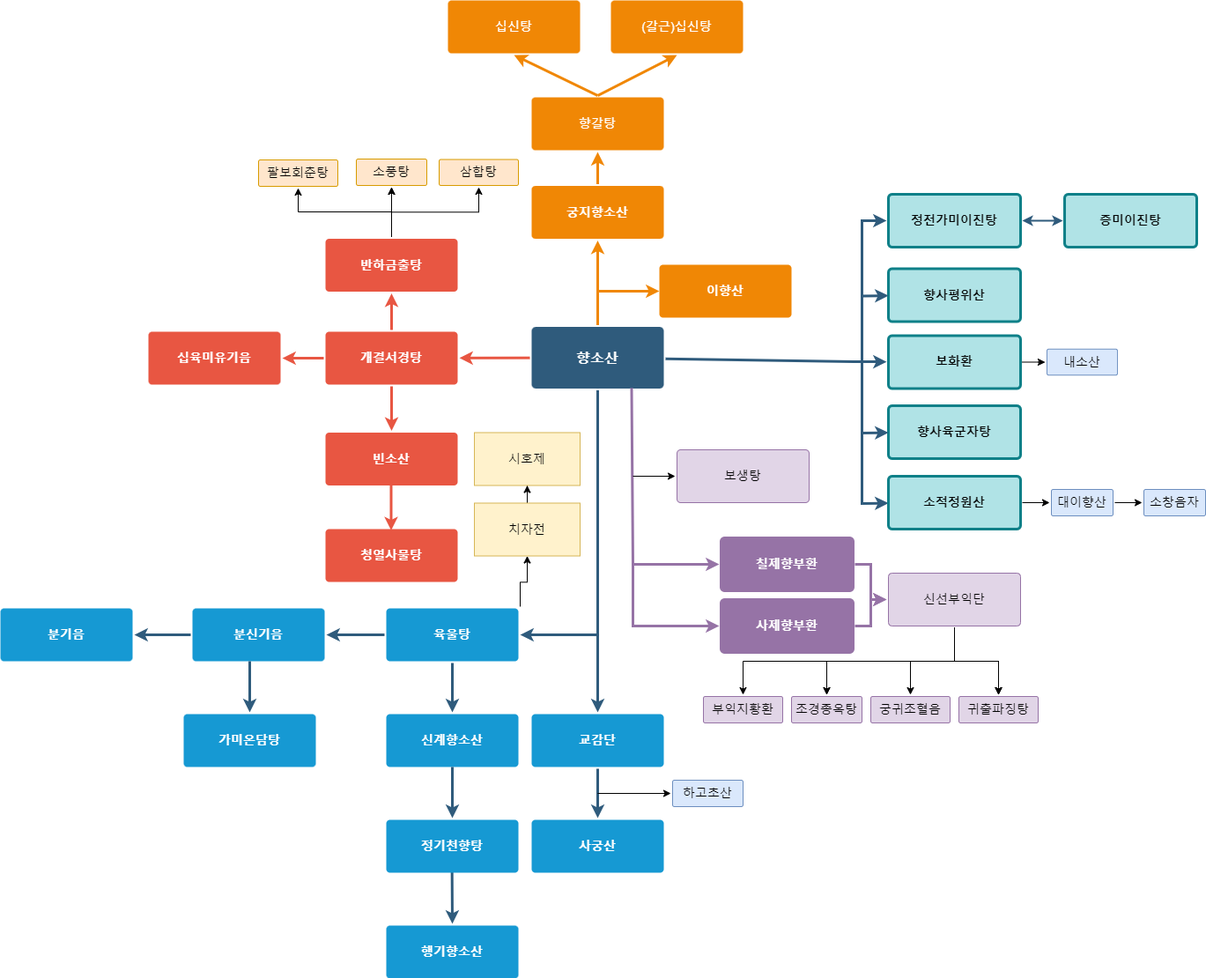
The draw.io diagram 향소산플로우차트.drawio.png in Jinzin71/sparta, before a commit. Source tidied: cells renumbered, new cells last; positions are measured from the earlier drawing's top-left corner, leaving out a move shared by most shapes.
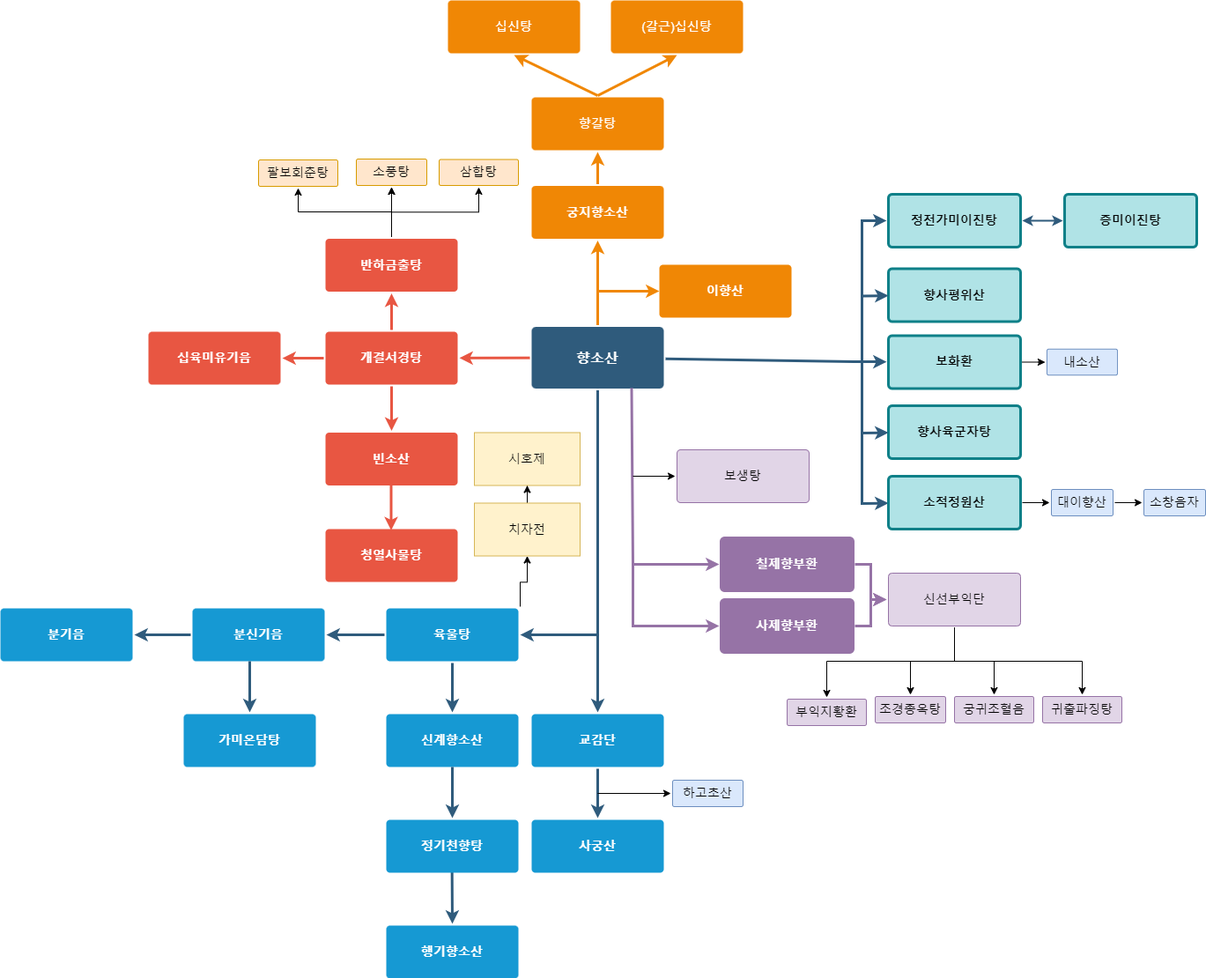
The same file after the commit.

Commit message:
향소산플로우차트.drawio.png 업데이트

What changed in the source:
```diff
@@ -280,30 +280,21 @@
     <mxCell id="70" value="&lt;font style=&quot;font-weight: normal;&quot;&gt;보생탕&lt;/font&gt;" style="rounded=1;whiteSpace=wrap;html=1;shadow=0;labelBackgroundColor=none;strokeColor=#9673A6;strokeWidth=1;fillColor=#e1d5e7;fontFamily=Helvetica;fontSize=14;align=center;spacing=5;fontStyle=1;arcSize=7;perimeterSpacing=2;" parent="1" vertex="1">
       <mxGeometry x="768" y="510" width="150" height="60" as="geometry" />
     </mxCell>
-    <mxCell id="71" style="edgeStyle=orthogonalEdgeStyle;rounded=0;jettySize=auto;html=1;" parent="1" edge="1" source="77" target="78">
-      <mxGeometry relative="1" as="geometry" />
-    </mxCell>
-    <mxCell id="72" style="edgeStyle=orthogonalEdgeStyle;rounded=0;jettySize=auto;html=1;" parent="1" edge="1" source="77" target="78">
-      <mxGeometry relative="1" as="geometry" />
-    </mxCell>
-    <mxCell id="73" style="edgeStyle=orthogonalEdgeStyle;rounded=0;jettySize=auto;html=1;" parent="1" edge="1" source="77" target="79">
-      <mxGeometry relative="1" as="geometry">
-        <Array as="points">
-          <mxPoint x="1083" y="750" />
-          <mxPoint x="938" y="750" />
-        </Array>
-      </mxGeometry>
-    </mxCell>
     <mxCell id="74" style="edgeStyle=orthogonalEdgeStyle;rounded=0;jettySize=auto;html=1;" parent="1" edge="1" source="77" target="79">
       <mxGeometry relative="1" as="geometry">
         <Array as="points">
           <mxPoint x="1083" y="750" />
-          <mxPoint x="938" y="750" />
+          <mxPoint x="1033" y="750" />
         </Array>
       </mxGeometry>
     </mxCell>
-    <mxCell id="75" style="edgeStyle=orthogonalEdgeStyle;rounded=0;jettySize=auto;html=1;" parent="1" edge="1" source="77" target="78">
-      <mxGeometry relative="1" as="geometry" />
+    <mxCell id="75" style="edgeStyle=orthogonalEdgeStyle;rounded=0;jettySize=auto;html=1;exitX=0.5;exitY=1;exitDx=0;exitDy=0;" parent="1" edge="1" source="77" target="78">
+      <mxGeometry relative="1" as="geometry">
+        <Array as="points">
+          <mxPoint x="1083" y="750" />
+          <mxPoint x="1228" y="750" />
+        </Array>
+      </mxGeometry>
     </mxCell>
     <mxCell id="76" style="edgeStyle=orthogonalEdgeStyle;rounded=0;jettySize=auto;html=1;" parent="1" edge="1" source="77" target="82">
       <mxGeometry relative="1" as="geometry" />
@@ -312,24 +303,25 @@
       <mxGeometry x="1008" y="650" width="150" height="60" as="geometry" />
     </mxCell>
     <mxCell id="78" value="귀출파징탕" style="rounded=1;whiteSpace=wrap;html=1;shadow=0;labelBackgroundColor=none;strokeColor=#9673a6;strokeWidth=1;fillColor=#e1d5e7;fontFamily=Helvetica;fontSize=14;align=center;spacing=5;fontStyle=0;arcSize=7;perimeterSpacing=2;" parent="1" vertex="1">
-      <mxGeometry x="1088" y="790" width="90" height="30" as="geometry" />
+      <mxGeometry x="1183" y="790" width="90" height="30" as="geometry" />
     </mxCell>
     <mxCell id="79" value="조경종옥탕" style="rounded=1;whiteSpace=wrap;html=1;shadow=0;labelBackgroundColor=none;strokeColor=#9673a6;strokeWidth=1;fillColor=#e1d5e7;fontFamily=Helvetica;fontSize=14;align=center;spacing=5;fontStyle=0;arcSize=7;perimeterSpacing=2;" parent="1" vertex="1">
-      <mxGeometry x="898" y="790" width="80" height="30" as="geometry" />
+      <mxGeometry x="993" y="790" width="80" height="30" as="geometry" />
     </mxCell>
     <mxCell id="80" value="부익지황환" style="rounded=1;whiteSpace=wrap;html=1;shadow=0;labelBackgroundColor=none;strokeColor=#9673a6;strokeWidth=1;fillColor=#e1d5e7;fontFamily=Helvetica;fontSize=14;align=center;spacing=5;fontStyle=0;arcSize=7;perimeterSpacing=2;" parent="1" vertex="1">
-      <mxGeometry x="798" y="790" width="90" height="30" as="geometry" />
+      <mxGeometry x="893" y="793" width="90" height="30" as="geometry" />
     </mxCell>
     <mxCell id="81" style="edgeStyle=orthogonalEdgeStyle;rounded=0;jettySize=auto;html=1;exitX=0.5;exitY=1;exitDx=0;exitDy=0;entryX=0.5;entryY=0;entryDx=0;entryDy=0;" parent="1" edge="1" source="77" target="80">
       <mxGeometry relative="1" as="geometry">
         <Array as="points">
           <mxPoint x="1083" y="750" />
-          <mxPoint x="843" y="750" />
+          <mxPoint x="938" y="750" />
+          <mxPoint x="938" y="788" />
         </Array>
       </mxGeometry>
     </mxCell>
     <mxCell id="82" value="궁귀조혈음" style="rounded=1;whiteSpace=wrap;html=1;shadow=0;labelBackgroundColor=none;strokeColor=#9673a6;strokeWidth=1;fillColor=#e1d5e7;fontFamily=Helvetica;fontSize=14;align=center;spacing=5;fontStyle=0;arcSize=7;perimeterSpacing=2;" parent="1" vertex="1">
-      <mxGeometry x="988" y="790" width="90" height="30" as="geometry" />
+      <mxGeometry x="1083" y="790" width="90" height="30" as="geometry" />
     </mxCell>
     <mxCell id="83" value="하고초산" style="rounded=1;whiteSpace=wrap;html=1;shadow=0;labelBackgroundColor=none;strokeColor=#6c8ebf;strokeWidth=1;fillColor=#dae8fc;fontFamily=Helvetica;fontSize=14;align=center;spacing=5;fontStyle=0;arcSize=7;perimeterSpacing=2;" parent="1" vertex="1">
       <mxGeometry x="763" y="885" width="80" height="30" as="geometry" />
```
